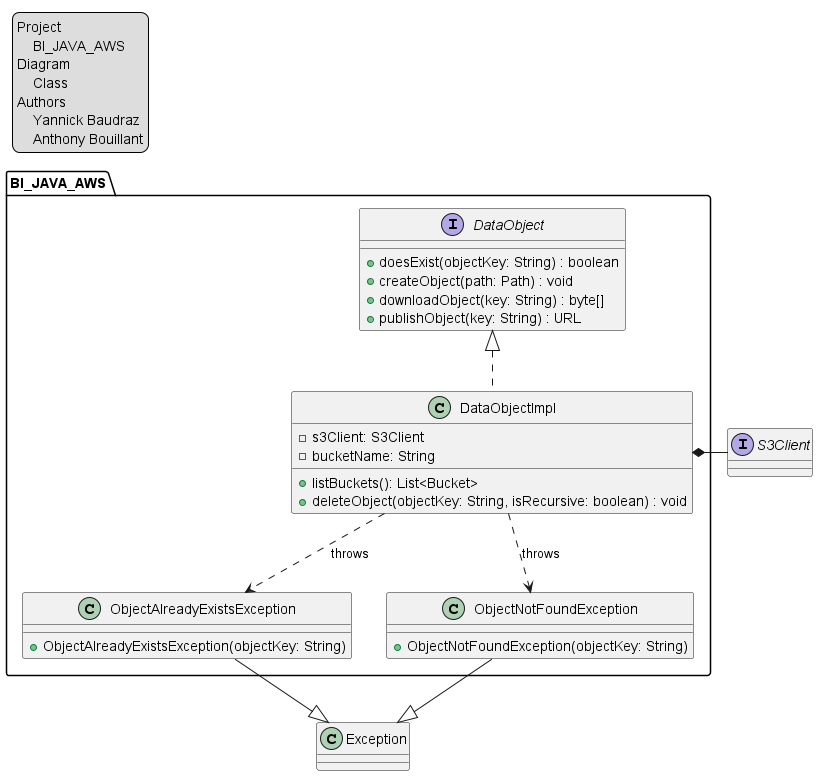
Before: doc/classes/class_diagram.png, a diagram exported from PlantUML (CPNV-ES-BI/BI_JAVA_AWS).
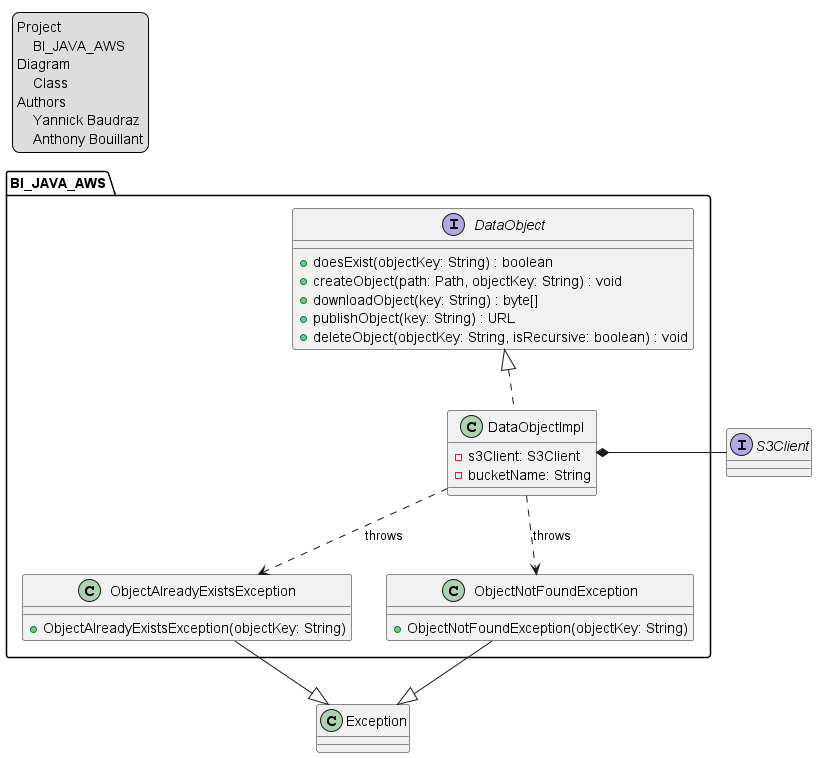
Later version of the same file.

Commit message:
Move deleteObject method in class diagram

And update crateObject method with objectKey in parameter

The edit, as a diff of the source:
```diff
@@ -13,16 +13,15 @@
 package BI_JAVA_AWS {
     interface DataObject {
         + doesExist(objectKey: String) : boolean
-        + createObject(path: Path) : void
+        + createObject(path: Path, objectKey: String) : void
         + downloadObject(key: String) : byte[]
         + publishObject(key: String) : URL
+        + deleteObject(objectKey: String, isRecursive: boolean) : void
     }
 
     class DataObjectImpl {
         - s3Client: S3Client
         - bucketName: String
-        + listBuckets(): List<Bucket>
-        + deleteObject(objectKey: String, isRecursive: boolean) : void
     }
 
     class ObjectAlreadyExistsException {
```
